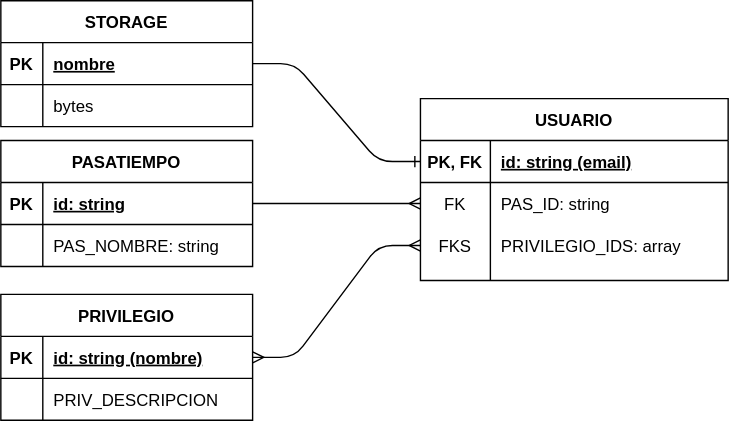
Above: img/no_sql.svg in gilpgdm/gilpgdm.github.io (draw.io), before the change. Source tidied: cells renumbered, new cells last; positions are measured from the earlier drawing's top-left corner, leaving out a move shared by most shapes.
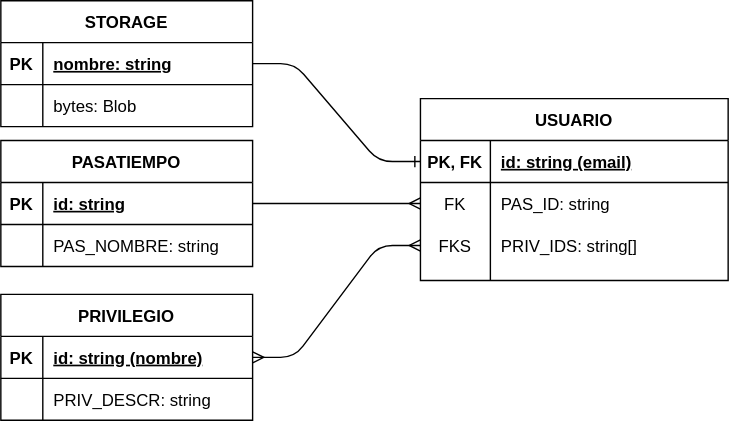
The same diagram one commit later.

Diff of the diagram source:
```diff
@@ -11,7 +11,7 @@
     <mxCell id="4" value="PK" style="shape=partialRectangle;fillColor=none;top=0;left=0;bottom=0;right=0;fontStyle=1;overflow=hidden;" parent="3" vertex="1">
       <mxGeometry width="30" height="30" as="geometry" />
     </mxCell>
-    <mxCell id="5" value="nombre" style="shape=partialRectangle;fillColor=none;top=0;left=0;bottom=0;right=0;align=left;spacingLeft=6;fontStyle=5;overflow=hidden;" parent="3" vertex="1">
+    <mxCell id="5" value="nombre: string" style="shape=partialRectangle;fillColor=none;top=0;left=0;bottom=0;right=0;align=left;spacingLeft=6;fontStyle=5;overflow=hidden;" parent="3" vertex="1">
       <mxGeometry x="30" width="150" height="30" as="geometry" />
     </mxCell>
     <mxCell id="6" style="shape=partialRectangle;fillColor=none;top=0;left=0;bottom=0;right=0;" parent="2" vertex="1">
@@ -20,7 +20,7 @@
     <mxCell id="7" style="shape=partialRectangle;fillColor=none;top=0;left=0;bottom=0;right=0;overflow=hidden;" parent="6" vertex="1">
       <mxGeometry width="30" height="30" as="geometry" />
     </mxCell>
-    <mxCell id="8" value="bytes" style="shape=partialRectangle;fillColor=none;top=0;left=0;bottom=0;right=0;align=left;spacingLeft=6;overflow=hidden;" parent="6" vertex="1">
+    <mxCell id="8" value="bytes: Blob" style="shape=partialRectangle;fillColor=none;top=0;left=0;bottom=0;right=0;align=left;spacingLeft=6;overflow=hidden;" parent="6" vertex="1">
       <mxGeometry x="30" width="150" height="30" as="geometry" />
     </mxCell>
     <mxCell id="9" value="PRIVILEGIO" style="shape=table;startSize=30;rowLines=0;fontStyle=1;align=center;" parent="1" vertex="1">
@@ -41,7 +41,7 @@
     <mxCell id="14" style="shape=partialRectangle;fillColor=none;top=0;left=0;bottom=0;right=0;overflow=hidden;" parent="13" vertex="1">
       <mxGeometry width="30" height="30" as="geometry" />
     </mxCell>
-    <mxCell id="15" value="PRIV_DESCRIPCION" style="shape=partialRectangle;fillColor=none;top=0;left=0;bottom=0;right=0;align=left;spacingLeft=6;overflow=hidden;" parent="13" vertex="1">
+    <mxCell id="15" value="PRIV_DESCR: string" style="shape=partialRectangle;fillColor=none;top=0;left=0;bottom=0;right=0;align=left;spacingLeft=6;overflow=hidden;" parent="13" vertex="1">
       <mxGeometry x="30" width="150" height="30" as="geometry" />
     </mxCell>
     <mxCell id="16" style="edgeStyle=entityRelationEdgeStyle;fontSize=12;html=1;endArrow=ERone;endFill=1;exitX=1;exitY=0.5;exitDx=0;exitDy=0;entryX=0;entryY=0.5;entryDx=0;entryDy=0;" parent="1" edge="1" source="3" target="20">
@@ -80,7 +80,7 @@
     <mxCell id="27" value="FKS" style="shape=partialRectangle;fillColor=none;top=0;left=0;bottom=0;right=0;overflow=hidden;" parent="26" vertex="1">
       <mxGeometry width="50" height="30" as="geometry" />
     </mxCell>
-    <mxCell id="28" value="PRIVILEGIO_IDS: array" style="shape=partialRectangle;fillColor=none;top=0;left=0;bottom=0;right=0;align=left;spacingLeft=6;overflow=hidden;" parent="26" vertex="1">
+    <mxCell id="28" value="PRIV_IDS: string[]" style="shape=partialRectangle;fillColor=none;top=0;left=0;bottom=0;right=0;align=left;spacingLeft=6;overflow=hidden;" parent="26" vertex="1">
       <mxGeometry x="50" width="170" height="30" as="geometry" />
     </mxCell>
     <mxCell id="29" value="PASATIEMPO" style="shape=table;startSize=30;rowLines=0;fontStyle=1;align=center;" parent="1" vertex="1">
```
